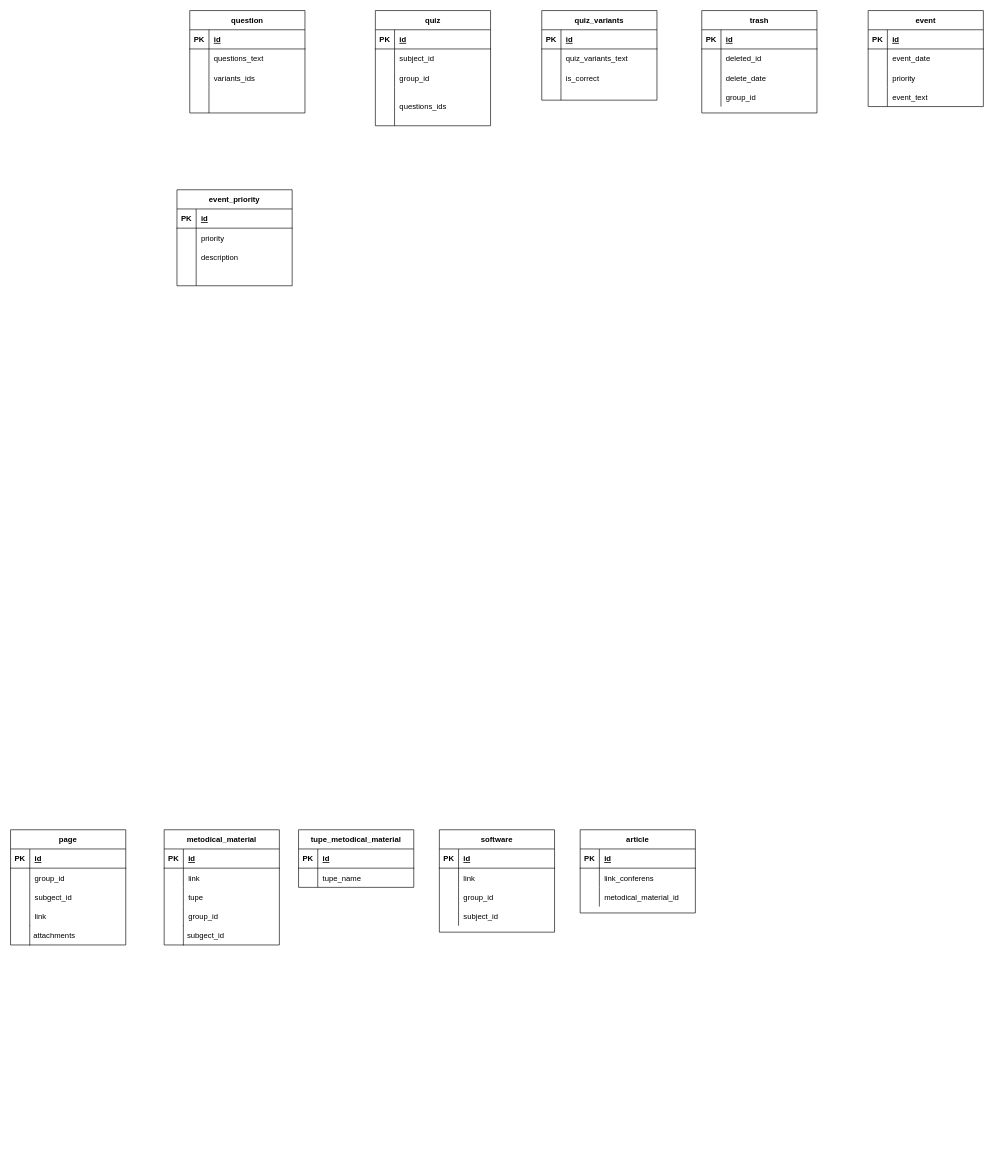
The draw.io diagram Untitled Diagram.drawio in student-archive/backend, before the edit. Source tidied: cells renumbered, new cells numbered last; positions are measured from the earlier drawing's top-left corner, leaving out a move shared by most shapes. Both pictures are drawn from the tidied source at 64%, with x=0, y=0 at pixel (10, 10).
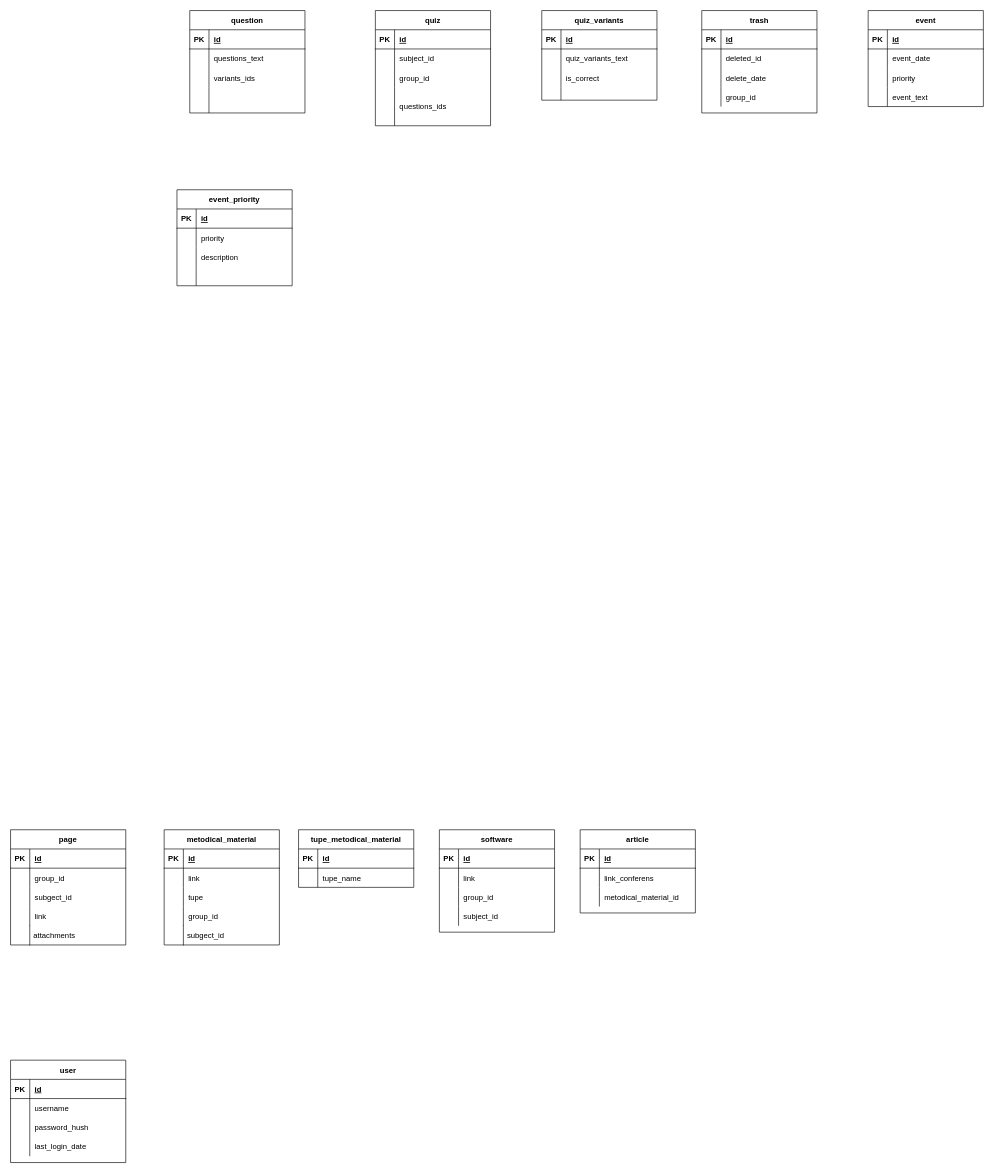
After the change.

Commit message:
feat(databases): add user tables

Change to the diagram source:
```diff
@@
+    <mxCell id="140" value="user" style="shape=table;startSize=30;childLayout=tableLayout;rowLines=0;fontStyle=1;align=center;" parent="1" vertex="1">
+      <mxGeometry y="1640" width="180" height="160" as="geometry" />
+    </mxCell>
+    <mxCell id="141" style="shape=tableRow;horizontal=0;startSize=0;swimlaneHead=0;swimlaneBody=0;fillColor=none;top=0;left=0;right=0;bottom=1;" parent="140" vertex="1">
+      <mxGeometry y="30" width="180" height="30" as="geometry" />
+    </mxCell>
+    <mxCell id="142" value="PK" style="shape=partialRectangle;fillColor=none;top=0;left=0;bottom=0;right=0;fontStyle=1;overflow=hidden;" parent="141" vertex="1">
+      <mxGeometry width="30" height="30" as="geometry" />
+    </mxCell>
+    <mxCell id="143" value="id" style="shape=partialRectangle;fillColor=none;top=0;left=0;bottom=0;right=0;align=left;spacingLeft=6;fontStyle=5;overflow=hidden;" parent="141" vertex="1">
+      <mxGeometry x="30" width="150" height="30" as="geometry" />
+    </mxCell>
+    <mxCell id="144" style="shape=tableRow;horizontal=0;startSize=0;swimlaneHead=0;swimlaneBody=0;fillColor=none;top=0;left=0;right=0;bottom=0;" parent="140" vertex="1">
+      <mxGeometry y="60" width="180" height="30" as="geometry" />
+    </mxCell>
+    <mxCell id="145" style="shape=partialRectangle;fillColor=none;top=0;left=0;bottom=0;right=0;overflow=hidden;" parent="144" vertex="1">
+      <mxGeometry width="30" height="30" as="geometry" />
+    </mxCell>
+    <mxCell id="146" value="username" style="shape=partialRectangle;fillColor=none;top=0;left=0;bottom=0;right=0;align=left;spacingLeft=6;overflow=hidden;" parent="144" vertex="1">
+      <mxGeometry x="30" width="150" height="30" as="geometry" />
+    </mxCell>
+    <mxCell id="147" style="shape=tableRow;horizontal=0;startSize=0;swimlaneHead=0;swimlaneBody=0;fillColor=none;top=0;left=0;right=0;bottom=0;" parent="140" vertex="1">
+      <mxGeometry y="90" width="180" height="30" as="geometry" />
+    </mxCell>
+    <mxCell id="148" style="shape=partialRectangle;fillColor=none;top=0;left=0;bottom=0;right=0;overflow=hidden;" parent="147" vertex="1">
+      <mxGeometry width="30" height="30" as="geometry" />
+    </mxCell>
+    <mxCell id="149" value="password_hush" style="shape=partialRectangle;fillColor=none;top=0;left=0;bottom=0;right=0;align=left;spacingLeft=6;overflow=hidden;" parent="147" vertex="1">
+      <mxGeometry x="30" width="150" height="30" as="geometry" />
+    </mxCell>
+    <mxCell id="150" style="shape=tableRow;horizontal=0;startSize=0;swimlaneHead=0;swimlaneBody=0;fillColor=none;top=0;left=0;right=0;bottom=0;" parent="140" vertex="1">
+      <mxGeometry y="120" width="180" height="30" as="geometry" />
+    </mxCell>
+    <mxCell id="151" style="shape=partialRectangle;fillColor=none;top=0;left=0;bottom=0;right=0;overflow=hidden;" parent="150" vertex="1">
+      <mxGeometry width="30" height="30" as="geometry" />
+    </mxCell>
+    <mxCell id="152" value="last_login_date" style="shape=partialRectangle;fillColor=none;top=0;left=0;bottom=0;right=0;align=left;spacingLeft=6;overflow=hidden;" parent="150" vertex="1">
+      <mxGeometry x="30" width="150" height="30" as="geometry" />
+    </mxCell>
```
